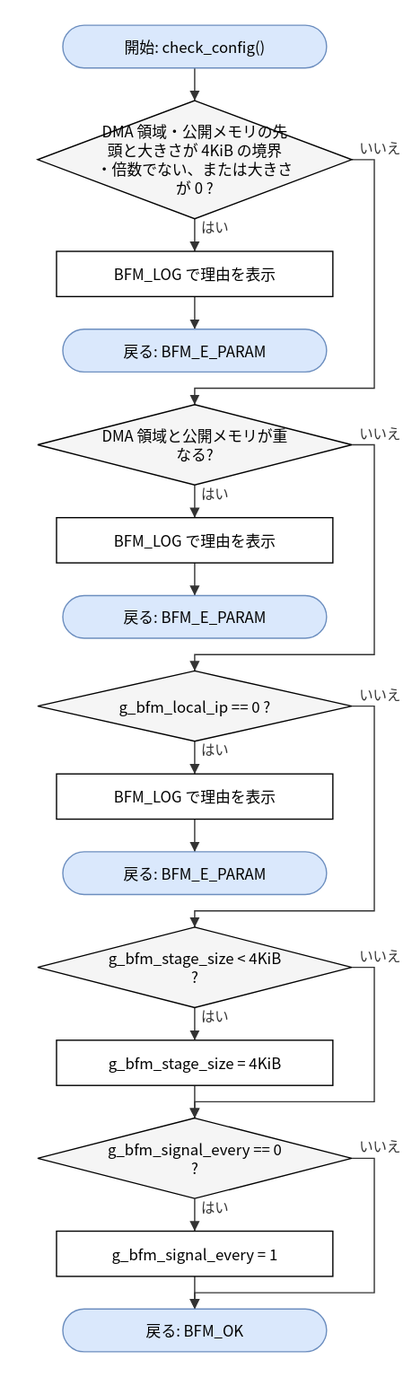
Above: doc/spec/images/flow_src_bfm_core-check_config.drawio.svg in hf355051012-ai/bfmem (draw.io), before the change. Source tidied: cells renumbered, new cells last; positions are measured from the earlier drawing's top-left corner, leaving out a move shared by most shapes. Source of this version:
```xml
<mxGraphModel>
  <root>
    <mxCell id="0" />
    <mxCell id="1" parent="0" />
    <mxCell id="2" value="開始: check_config()" style="rounded=1;arcSize=50;whiteSpace=wrap;html=1;fillColor=#dae8fc;strokeColor=#6c8ebf;" parent="1" vertex="1">
      <mxGeometry x="20" width="210" height="34" as="geometry" />
    </mxCell>
    <mxCell id="3" value="DMA 領域・公開メモリの先&lt;br&gt;頭と大きさが 4KiB の境界&lt;br&gt;・倍数でない、または大きさ&lt;br&gt;が 0 ?" style="rhombus;whiteSpace=wrap;html=1;fillColor=#f5f5f5;" parent="1" vertex="1">
      <mxGeometry y="60" width="250" height="94" as="geometry" />
    </mxCell>
    <mxCell id="4" value="BFM_LOG で理由を表示" style="rounded=0;whiteSpace=wrap;html=1;" parent="1" vertex="1">
      <mxGeometry x="15" y="180" width="220" height="36" as="geometry" />
    </mxCell>
    <mxCell id="5" value="戻る: BFM_E_PARAM" style="rounded=1;arcSize=50;whiteSpace=wrap;html=1;fillColor=#dae8fc;strokeColor=#6c8ebf;" parent="1" vertex="1">
      <mxGeometry x="20" y="242" width="210" height="34" as="geometry" />
    </mxCell>
    <mxCell id="6" value="DMA 領域と公開メモリが重&lt;br&gt;なる?" style="rhombus;whiteSpace=wrap;html=1;fillColor=#f5f5f5;" parent="1" vertex="1">
      <mxGeometry y="302" width="250" height="64" as="geometry" />
    </mxCell>
    <mxCell id="7" value="BFM_LOG で理由を表示" style="rounded=0;whiteSpace=wrap;html=1;" parent="1" vertex="1">
      <mxGeometry x="15" y="392" width="220" height="36" as="geometry" />
    </mxCell>
    <mxCell id="8" value="戻る: BFM_E_PARAM" style="rounded=1;arcSize=50;whiteSpace=wrap;html=1;fillColor=#dae8fc;strokeColor=#6c8ebf;" parent="1" vertex="1">
      <mxGeometry x="20" y="454" width="210" height="34" as="geometry" />
    </mxCell>
    <mxCell id="9" value="g_bfm_local_ip == 0 ?" style="rhombus;whiteSpace=wrap;html=1;fillColor=#f5f5f5;" parent="1" vertex="1">
      <mxGeometry y="514" width="250" height="56" as="geometry" />
    </mxCell>
    <mxCell id="10" value="BFM_LOG で理由を表示" style="rounded=0;whiteSpace=wrap;html=1;" parent="1" vertex="1">
      <mxGeometry x="15" y="596" width="220" height="36" as="geometry" />
    </mxCell>
    <mxCell id="11" value="戻る: BFM_E_PARAM" style="rounded=1;arcSize=50;whiteSpace=wrap;html=1;fillColor=#dae8fc;strokeColor=#6c8ebf;" parent="1" vertex="1">
      <mxGeometry x="20" y="658" width="210" height="34" as="geometry" />
    </mxCell>
    <mxCell id="12" value="g_bfm_stage_size &amp;lt; 4KiB&lt;br&gt;?" style="rhombus;whiteSpace=wrap;html=1;fillColor=#f5f5f5;" parent="1" vertex="1">
      <mxGeometry y="718" width="250" height="64" as="geometry" />
    </mxCell>
    <mxCell id="13" value="g_bfm_stage_size = 4KiB" style="rounded=0;whiteSpace=wrap;html=1;" parent="1" vertex="1">
      <mxGeometry x="15" y="808" width="220" height="36" as="geometry" />
    </mxCell>
    <mxCell id="14" value="g_bfm_signal_every == 0&lt;br&gt;?" style="rhombus;whiteSpace=wrap;html=1;fillColor=#f5f5f5;" parent="1" vertex="1">
      <mxGeometry y="870" width="250" height="64" as="geometry" />
    </mxCell>
    <mxCell id="15" value="g_bfm_signal_every = 1" style="rounded=0;whiteSpace=wrap;html=1;" parent="1" vertex="1">
      <mxGeometry x="15" y="960" width="220" height="36" as="geometry" />
    </mxCell>
    <mxCell id="16" value="戻る: BFM_OK" style="rounded=1;arcSize=50;whiteSpace=wrap;html=1;fillColor=#dae8fc;strokeColor=#6c8ebf;" parent="1" vertex="1">
      <mxGeometry x="20" y="1022" width="210" height="34" as="geometry" />
    </mxCell>
    <mxCell id="17" style="edgeStyle=none;html=1;rounded=0;endArrow=block;endFill=1;exitX=0.5000;exitY=1.0000;exitDx=0;exitDy=0;exitPerimeter=0;entryX=0.5000;entryY=0.0000;entryDx=0;entryDy=0;entryPerimeter=0;" parent="1" edge="1" source="2" target="3">
      <mxGeometry relative="1" as="geometry" />
    </mxCell>
    <mxCell id="18" value="はい" style="edgeStyle=none;html=1;rounded=0;endArrow=block;endFill=1;exitX=0.5000;exitY=1.0000;exitDx=0;exitDy=0;exitPerimeter=0;entryX=0.5000;entryY=0.0000;entryDx=0;entryDy=0;entryPerimeter=0;" parent="1" edge="1" source="3" target="4">
      <mxGeometry relative="1" as="geometry" />
    </mxCell>
    <mxCell id="19" style="edgeStyle=none;html=1;rounded=0;endArrow=block;endFill=1;exitX=0.5000;exitY=1.0000;exitDx=0;exitDy=0;exitPerimeter=0;entryX=0.5000;entryY=0.0000;entryDx=0;entryDy=0;entryPerimeter=0;" parent="1" edge="1" source="4" target="5">
      <mxGeometry relative="1" as="geometry" />
    </mxCell>
    <mxCell id="20" value="いいえ" style="edgeStyle=none;html=1;rounded=0;endArrow=block;endFill=1;exitX=1.0000;exitY=0.5000;exitDx=0;exitDy=0;exitPerimeter=0;entryX=0.5000;entryY=0.0000;entryDx=0;entryDy=0;entryPerimeter=0;" parent="1" edge="1" source="3" target="6">
      <mxGeometry relative="1" as="geometry">
        <Array as="points">
          <mxPoint x="268" y="107" />
          <mxPoint x="268" y="289" />
          <mxPoint x="125" y="289" />
        </Array>
      </mxGeometry>
    </mxCell>
    <mxCell id="21" value="はい" style="edgeStyle=none;html=1;rounded=0;endArrow=block;endFill=1;exitX=0.5000;exitY=1.0000;exitDx=0;exitDy=0;exitPerimeter=0;entryX=0.5000;entryY=0.0000;entryDx=0;entryDy=0;entryPerimeter=0;" parent="1" edge="1" source="6" target="7">
      <mxGeometry relative="1" as="geometry" />
    </mxCell>
    <mxCell id="22" style="edgeStyle=none;html=1;rounded=0;endArrow=block;endFill=1;exitX=0.5000;exitY=1.0000;exitDx=0;exitDy=0;exitPerimeter=0;entryX=0.5000;entryY=0.0000;entryDx=0;entryDy=0;entryPerimeter=0;" parent="1" edge="1" source="7" target="8">
      <mxGeometry relative="1" as="geometry" />
    </mxCell>
    <mxCell id="23" value="いいえ" style="edgeStyle=none;html=1;rounded=0;endArrow=block;endFill=1;exitX=1.0000;exitY=0.5000;exitDx=0;exitDy=0;exitPerimeter=0;entryX=0.5000;entryY=0.0000;entryDx=0;entryDy=0;entryPerimeter=0;" parent="1" edge="1" source="6" target="9">
      <mxGeometry relative="1" as="geometry">
        <Array as="points">
          <mxPoint x="268" y="334" />
          <mxPoint x="268" y="501" />
          <mxPoint x="125" y="501" />
        </Array>
      </mxGeometry>
    </mxCell>
    <mxCell id="24" value="はい" style="edgeStyle=none;html=1;rounded=0;endArrow=block;endFill=1;exitX=0.5000;exitY=1.0000;exitDx=0;exitDy=0;exitPerimeter=0;entryX=0.5000;entryY=0.0000;entryDx=0;entryDy=0;entryPerimeter=0;" parent="1" edge="1" source="9" target="10">
      <mxGeometry relative="1" as="geometry" />
    </mxCell>
    <mxCell id="25" style="edgeStyle=none;html=1;rounded=0;endArrow=block;endFill=1;exitX=0.5000;exitY=1.0000;exitDx=0;exitDy=0;exitPerimeter=0;entryX=0.5000;entryY=0.0000;entryDx=0;entryDy=0;entryPerimeter=0;" parent="1" edge="1" source="10" target="11">
      <mxGeometry relative="1" as="geometry" />
    </mxCell>
    <mxCell id="26" value="いいえ" style="edgeStyle=none;html=1;rounded=0;endArrow=block;endFill=1;exitX=1.0000;exitY=0.5000;exitDx=0;exitDy=0;exitPerimeter=0;entryX=0.5000;entryY=0.0000;entryDx=0;entryDy=0;entryPerimeter=0;" parent="1" edge="1" source="9" target="12">
      <mxGeometry relative="1" as="geometry">
        <Array as="points">
          <mxPoint x="268" y="542" />
          <mxPoint x="268" y="705" />
          <mxPoint x="125" y="705" />
        </Array>
      </mxGeometry>
    </mxCell>
    <mxCell id="27" value="はい" style="edgeStyle=none;html=1;rounded=0;endArrow=block;endFill=1;exitX=0.5000;exitY=1.0000;exitDx=0;exitDy=0;exitPerimeter=0;entryX=0.5000;entryY=0.0000;entryDx=0;entryDy=0;entryPerimeter=0;" parent="1" edge="1" source="12" target="13">
      <mxGeometry relative="1" as="geometry" />
    </mxCell>
    <mxCell id="28" style="edgeStyle=none;html=1;rounded=0;endArrow=block;endFill=1;exitX=0.5000;exitY=1.0000;exitDx=0;exitDy=0;exitPerimeter=0;entryX=0.5000;entryY=0.0000;entryDx=0;entryDy=0;entryPerimeter=0;" parent="1" edge="1" source="13" target="14">
      <mxGeometry relative="1" as="geometry" />
    </mxCell>
    <mxCell id="29" value="いいえ" style="edgeStyle=none;html=1;rounded=0;endArrow=block;endFill=1;exitX=1.0000;exitY=0.5000;exitDx=0;exitDy=0;exitPerimeter=0;entryX=0.5000;entryY=0.0000;entryDx=0;entryDy=0;entryPerimeter=0;" parent="1" edge="1" source="12" target="14">
      <mxGeometry relative="1" as="geometry">
        <Array as="points">
          <mxPoint x="268" y="750" />
          <mxPoint x="268" y="857" />
          <mxPoint x="125" y="857" />
        </Array>
      </mxGeometry>
    </mxCell>
    <mxCell id="30" value="はい" style="edgeStyle=none;html=1;rounded=0;endArrow=block;endFill=1;exitX=0.5000;exitY=1.0000;exitDx=0;exitDy=0;exitPerimeter=0;entryX=0.5000;entryY=0.0000;entryDx=0;entryDy=0;entryPerimeter=0;" parent="1" edge="1" source="14" target="15">
      <mxGeometry relative="1" as="geometry" />
    </mxCell>
    <mxCell id="31" style="edgeStyle=none;html=1;rounded=0;endArrow=block;endFill=1;exitX=0.5000;exitY=1.0000;exitDx=0;exitDy=0;exitPerimeter=0;entryX=0.5000;entryY=0.0000;entryDx=0;entryDy=0;entryPerimeter=0;" parent="1" edge="1" source="15" target="16">
      <mxGeometry relative="1" as="geometry" />
    </mxCell>
    <mxCell id="32" value="いいえ" style="edgeStyle=none;html=1;rounded=0;endArrow=block;endFill=1;exitX=1.0000;exitY=0.5000;exitDx=0;exitDy=0;exitPerimeter=0;entryX=0.5000;entryY=0.0000;entryDx=0;entryDy=0;entryPerimeter=0;" parent="1" edge="1" source="14" target="16">
      <mxGeometry relative="1" as="geometry">
        <Array as="points">
          <mxPoint x="268" y="902" />
          <mxPoint x="268" y="1009" />
          <mxPoint x="125" y="1009" />
        </Array>
      </mxGeometry>
    </mxCell>
  </root>
</mxGraphModel>
```
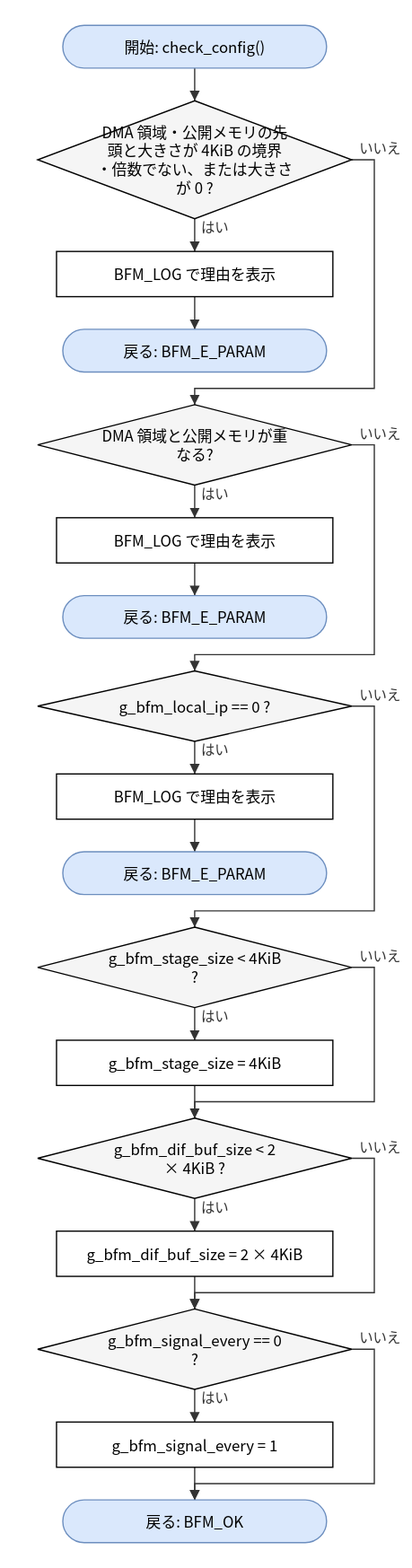
Later version of the same file.

Change to the diagram source:
```diff
@@ -38,15 +38,21 @@
     <mxCell id="13" value="g_bfm_stage_size = 4KiB" style="rounded=0;whiteSpace=wrap;html=1;" parent="1" vertex="1">
       <mxGeometry x="15" y="808" width="220" height="36" as="geometry" />
     </mxCell>
-    <mxCell id="14" value="g_bfm_signal_every == 0&lt;br&gt;?" style="rhombus;whiteSpace=wrap;html=1;fillColor=#f5f5f5;" parent="1" vertex="1">
+    <mxCell id="14" value="g_bfm_dif_buf_size &amp;lt; 2&lt;br&gt;× 4KiB ?" style="rhombus;whiteSpace=wrap;html=1;fillColor=#f5f5f5;" parent="1" vertex="1">
       <mxGeometry y="870" width="250" height="64" as="geometry" />
     </mxCell>
-    <mxCell id="15" value="g_bfm_signal_every = 1" style="rounded=0;whiteSpace=wrap;html=1;" parent="1" vertex="1">
+    <mxCell id="15" value="g_bfm_dif_buf_size = 2 × 4KiB" style="rounded=0;whiteSpace=wrap;html=1;" parent="1" vertex="1">
       <mxGeometry x="15" y="960" width="220" height="36" as="geometry" />
     </mxCell>
-    <mxCell id="16" value="戻る: BFM_OK" style="rounded=1;arcSize=50;whiteSpace=wrap;html=1;fillColor=#dae8fc;strokeColor=#6c8ebf;" parent="1" vertex="1">
-      <mxGeometry x="20" y="1022" width="210" height="34" as="geometry" />
+    <mxCell id="16" value="g_bfm_signal_every == 0&lt;br&gt;?" style="rhombus;whiteSpace=wrap;html=1;fillColor=#f5f5f5;" parent="1" vertex="1">
+      <mxGeometry y="1022" width="250" height="64" as="geometry" />
     </mxCell>
+    <mxCell id="33" value="g_bfm_signal_every = 1" style="rounded=0;whiteSpace=wrap;html=1;" parent="1" vertex="1">
+      <mxGeometry x="15" y="1112" width="220" height="36" as="geometry" />
+    </mxCell>
+    <mxCell id="34" value="戻る: BFM_OK" style="rounded=1;arcSize=50;whiteSpace=wrap;html=1;fillColor=#dae8fc;strokeColor=#6c8ebf;" parent="1" vertex="1">
+      <mxGeometry x="20" y="1174" width="210" height="34" as="geometry" />
+    </mxCell>
     <mxCell id="17" style="edgeStyle=none;html=1;rounded=0;endArrow=block;endFill=1;exitX=0.5000;exitY=1.0000;exitDx=0;exitDy=0;exitPerimeter=0;entryX=0.5000;entryY=0.0000;entryDx=0;entryDy=0;entryPerimeter=0;" parent="1" edge="1" source="2" target="3">
       <mxGeometry relative="1" as="geometry" />
     </mxCell>
@@ -125,5 +131,20 @@
         </Array>
       </mxGeometry>
     </mxCell>
+    <mxCell id="35" value="はい" style="edgeStyle=none;html=1;rounded=0;endArrow=block;endFill=1;exitX=0.5000;exitY=1.0000;exitDx=0;exitDy=0;exitPerimeter=0;entryX=0.5000;entryY=0.0000;entryDx=0;entryDy=0;entryPerimeter=0;" parent="1" edge="1" source="16" target="33">
+      <mxGeometry relative="1" as="geometry" />
+    </mxCell>
+    <mxCell id="36" style="edgeStyle=none;html=1;rounded=0;endArrow=block;endFill=1;exitX=0.5000;exitY=1.0000;exitDx=0;exitDy=0;exitPerimeter=0;entryX=0.5000;entryY=0.0000;entryDx=0;entryDy=0;entryPerimeter=0;" parent="1" edge="1" source="33" target="34">
+      <mxGeometry relative="1" as="geometry" />
+    </mxCell>
+    <mxCell id="37" value="いいえ" style="edgeStyle=none;html=1;rounded=0;endArrow=block;endFill=1;exitX=1.0000;exitY=0.5000;exitDx=0;exitDy=0;exitPerimeter=0;entryX=0.5000;entryY=0.0000;entryDx=0;entryDy=0;entryPerimeter=0;" parent="1" edge="1" source="16" target="34">
+      <mxGeometry relative="1" as="geometry">
+        <Array as="points">
+          <mxPoint x="268" y="1054" />
+          <mxPoint x="268" y="1161" />
+          <mxPoint x="125" y="1161" />
+        </Array>
+      </mxGeometry>
+    </mxCell>
   </root>
 </mxGraphModel>
```
